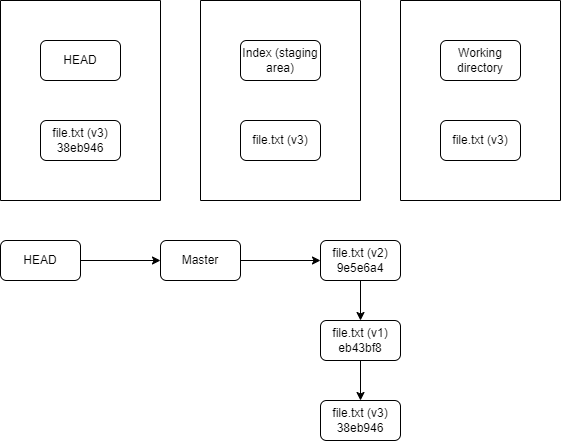
Above: img/git/git8.png in riehseun/riehseun.github.io (draw.io), before the change. Source tidied: cells renumbered, new cells last; positions are measured from the earlier drawing's top-left corner, leaving out a move shared by most shapes.
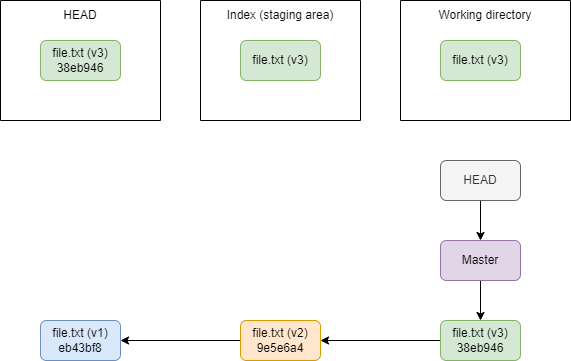
Later version of the same file.

Diff of the diagram source:
```diff
@@ -2,59 +2,59 @@
   <root>
     <mxCell id="0" />
     <mxCell id="1" parent="0" />
-    <mxCell id="2" value="HEAD" style="rounded=1;whiteSpace=wrap;html=1;" parent="1" vertex="1">
-      <mxGeometry x="40" y="40" width="80" height="40" as="geometry" />
-    </mxCell>
     <mxCell id="3" style="swimlane;startSize=0;" parent="1" vertex="1">
-      <mxGeometry width="160" height="200" as="geometry" />
+      <mxGeometry width="160" height="120" as="geometry" />
     </mxCell>
-    <mxCell id="4" value="file.txt (v3)&lt;div&gt;38eb946&lt;/div&gt;" style="rounded=1;whiteSpace=wrap;html=1;" parent="3" vertex="1">
-      <mxGeometry x="40" y="120" width="80" height="40" as="geometry" />
+    <mxCell id="4" value="file.txt (v3)&lt;div&gt;38eb946&lt;/div&gt;" style="rounded=1;whiteSpace=wrap;html=1;fillColor=#d5e8d4;strokeColor=#82b366;" parent="3" vertex="1">
+      <mxGeometry x="40" y="40" width="80" height="40" as="geometry" />
     </mxCell>
+    <mxCell id="2" value="HEAD" style="text;html=1;align=center;verticalAlign=middle;whiteSpace=wrap;rounded=0;" parent="3" vertex="1">
+      <mxGeometry width="160" height="30" as="geometry" />
+    </mxCell>
     <mxCell id="5" style="swimlane;startSize=0;" parent="1" vertex="1">
-      <mxGeometry x="200" width="160" height="200" as="geometry" />
+      <mxGeometry x="200" width="160" height="120" as="geometry" />
     </mxCell>
+    <mxCell id="7" value="file.txt (v3)" style="rounded=1;whiteSpace=wrap;html=1;fillColor=#d5e8d4;strokeColor=#82b366;" parent="5" vertex="1">
+      <mxGeometry x="40" y="40" width="80" height="40" as="geometry" />
+    </mxCell>
-    <mxCell id="6" value="Index (staging area)" style="rounded=1;whiteSpace=wrap;html=1;" parent="5" vertex="1">
-      <mxGeometry x="40" y="40" width="80" height="40" as="geometry" />
+    <mxCell id="6" value="Index (staging area)" style="text;html=1;align=center;verticalAlign=middle;whiteSpace=wrap;rounded=0;" parent="5" vertex="1">
+      <mxGeometry width="160" height="30" as="geometry" />
     </mxCell>
-    <mxCell id="7" value="file.txt (v3)" style="rounded=1;whiteSpace=wrap;html=1;" parent="5" vertex="1">
-      <mxGeometry x="40" y="120" width="80" height="40" as="geometry" />
-    </mxCell>
     <mxCell id="8" style="swimlane;startSize=0;" parent="1" vertex="1">
-      <mxGeometry x="400" width="160" height="200" as="geometry" />
+      <mxGeometry x="400" width="170" height="120" as="geometry" />
     </mxCell>
+    <mxCell id="10" value="file.txt (v3)" style="rounded=1;whiteSpace=wrap;html=1;fillColor=#d5e8d4;strokeColor=#82b366;" parent="8" vertex="1">
+      <mxGeometry x="40" y="40" width="80" height="40" as="geometry" />
+    </mxCell>
-    <mxCell id="9" value="Working directory" style="rounded=1;whiteSpace=wrap;html=1;" parent="8" vertex="1">
-      <mxGeometry x="40" y="40" width="80" height="40" as="geometry" />
+    <mxCell id="9" value="Working directory" style="text;html=1;align=center;verticalAlign=middle;whiteSpace=wrap;rounded=0;" parent="8" vertex="1">
+      <mxGeometry width="170" height="30" as="geometry" />
     </mxCell>
-    <mxCell id="10" value="file.txt (v3)" style="rounded=1;whiteSpace=wrap;html=1;" parent="8" vertex="1">
-      <mxGeometry x="40" y="120" width="80" height="40" as="geometry" />
-    </mxCell>
-    <mxCell id="11" style="edgeStyle=orthogonalEdgeStyle;rounded=0;jettySize=auto;html=1;exitX=1;exitY=0.5;exitDx=0;exitDy=0;" parent="1" edge="1" source="12" target="14">
+    <mxCell id="11" style="edgeStyle=orthogonalEdgeStyle;rounded=0;jettySize=auto;html=1;exitX=0.5;exitY=1;exitDx=0;exitDy=0;entryX=0.5;entryY=0;entryDx=0;entryDy=0;" parent="1" edge="1" source="12" target="14">
       <mxGeometry relative="1" as="geometry" />
     </mxCell>
-    <mxCell id="12" value="HEAD" style="rounded=1;whiteSpace=wrap;html=1;" parent="1" vertex="1">
-      <mxGeometry y="240" width="80" height="40" as="geometry" />
+    <mxCell id="12" value="HEAD" style="rounded=1;whiteSpace=wrap;html=1;fillColor=#f5f5f5;fontColor=#333333;strokeColor=#666666;" parent="1" vertex="1">
+      <mxGeometry x="440" y="160" width="80" height="40" as="geometry" />
     </mxCell>
-    <mxCell id="13" style="edgeStyle=orthogonalEdgeStyle;rounded=0;jettySize=auto;html=1;exitX=1;exitY=0.5;exitDx=0;exitDy=0;entryX=0;entryY=0.5;entryDx=0;entryDy=0;" parent="1" edge="1" source="14" target="16">
+    <mxCell id="13" style="edgeStyle=orthogonalEdgeStyle;rounded=0;jettySize=auto;html=1;exitX=0.5;exitY=1;exitDx=0;exitDy=0;entryX=0.5;entryY=0;entryDx=0;entryDy=0;" parent="1" edge="1" source="14" target="16">
       <mxGeometry relative="1" as="geometry" />
     </mxCell>
-    <mxCell id="14" value="Master" style="rounded=1;whiteSpace=wrap;html=1;" parent="1" vertex="1">
-      <mxGeometry x="160" y="240" width="80" height="40" as="geometry" />
+    <mxCell id="14" value="Master" style="rounded=1;whiteSpace=wrap;html=1;fillColor=#e1d5e7;strokeColor=#9673a6;" parent="1" vertex="1">
+      <mxGeometry x="440" y="240" width="80" height="40" as="geometry" />
     </mxCell>
-    <mxCell id="15" style="edgeStyle=orthogonalEdgeStyle;rounded=0;jettySize=auto;html=1;exitX=0.5;exitY=1;exitDx=0;exitDy=0;entryX=0.5;entryY=0;entryDx=0;entryDy=0;" parent="1" edge="1" source="16" target="18">
+    <mxCell id="15" style="edgeStyle=orthogonalEdgeStyle;rounded=0;jettySize=auto;html=1;exitX=0;exitY=0.5;exitDx=0;exitDy=0;entryX=1;entryY=0.5;entryDx=0;entryDy=0;" parent="1" edge="1" source="16" target="18">
       <mxGeometry relative="1" as="geometry" />
     </mxCell>
-    <mxCell id="16" value="file.txt (v2)&lt;div&gt;9e5e6a4&lt;br&gt;&lt;/div&gt;" style="rounded=1;whiteSpace=wrap;html=1;" parent="1" vertex="1">
-      <mxGeometry x="320" y="240" width="80" height="40" as="geometry" />
+    <mxCell id="16" value="&lt;div&gt;file.txt (v3)&lt;div&gt;38eb946&lt;/div&gt;&lt;/div&gt;" style="rounded=1;whiteSpace=wrap;html=1;fillColor=#d5e8d4;strokeColor=#82b366;" parent="1" vertex="1">
+      <mxGeometry x="440" y="320" width="80" height="40" as="geometry" />
     </mxCell>
-    <mxCell id="17" style="edgeStyle=orthogonalEdgeStyle;rounded=0;jettySize=auto;html=1;exitX=0.5;exitY=1;exitDx=0;exitDy=0;entryX=0.5;entryY=0;entryDx=0;entryDy=0;" parent="1" edge="1" source="18" target="19">
+    <mxCell id="17" style="edgeStyle=orthogonalEdgeStyle;rounded=0;jettySize=auto;html=1;exitX=0;exitY=0.5;exitDx=0;exitDy=0;entryX=1;entryY=0.5;entryDx=0;entryDy=0;" parent="1" edge="1" source="18" target="19">
       <mxGeometry relative="1" as="geometry" />
     </mxCell>
-    <mxCell id="18" value="file.txt (v1)&lt;div&gt;eb43bf8&lt;/div&gt;" style="rounded=1;whiteSpace=wrap;html=1;" parent="1" vertex="1">
-      <mxGeometry x="320" y="320" width="80" height="40" as="geometry" />
+    <mxCell id="18" value="file.txt (v2) 9e5e6a4" style="rounded=1;whiteSpace=wrap;html=1;fillColor=#ffe6cc;strokeColor=#d79b00;" parent="1" vertex="1">
+      <mxGeometry x="240" y="320" width="80" height="40" as="geometry" />
     </mxCell>
-    <mxCell id="19" value="file.txt (v3)&lt;div&gt;38eb946&lt;/div&gt;" style="rounded=1;whiteSpace=wrap;html=1;" parent="1" vertex="1">
-      <mxGeometry x="320" y="400" width="80" height="40" as="geometry" />
+    <mxCell id="19" value="file.txt (v1)&lt;div&gt;eb43bf8&lt;/div&gt;" style="rounded=1;whiteSpace=wrap;html=1;fillColor=#dae8fc;strokeColor=#6c8ebf;" parent="1" vertex="1">
+      <mxGeometry x="40" y="320" width="80" height="40" as="geometry" />
     </mxCell>
   </root>
 </mxGraphModel>
```
